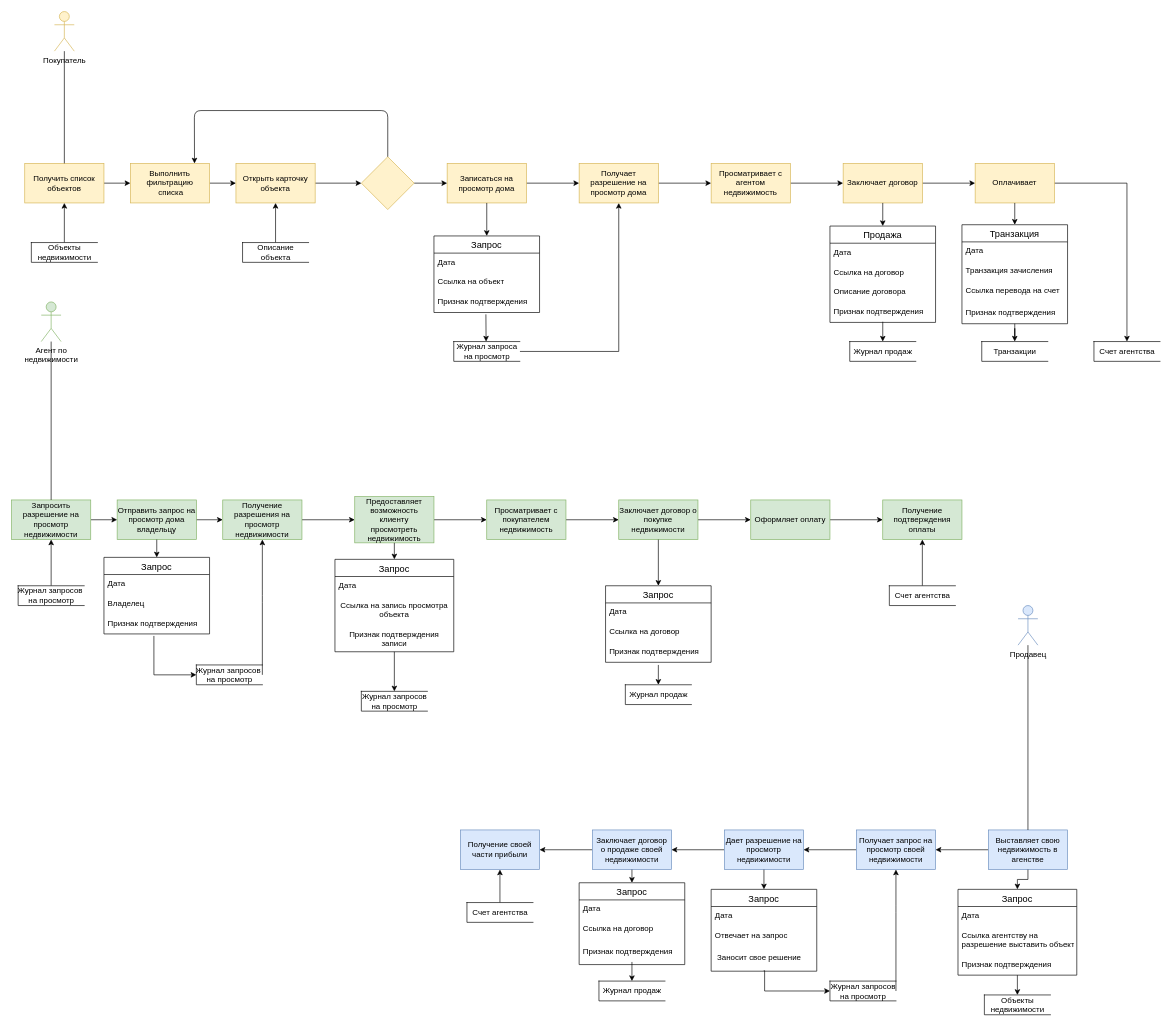
The draw.io diagram page "Page-1" (1 of 2) of Untitled Diagram.drawio in aleksey899/Boom21, before the edit. Source tidied: cells renumbered, new cells numbered last; positions are measured from the earlier drawing's top-left corner, leaving out a move shared by most shapes. Both pictures are drawn from the tidied source at 66%, with x=0, y=0 at pixel (11, 11).
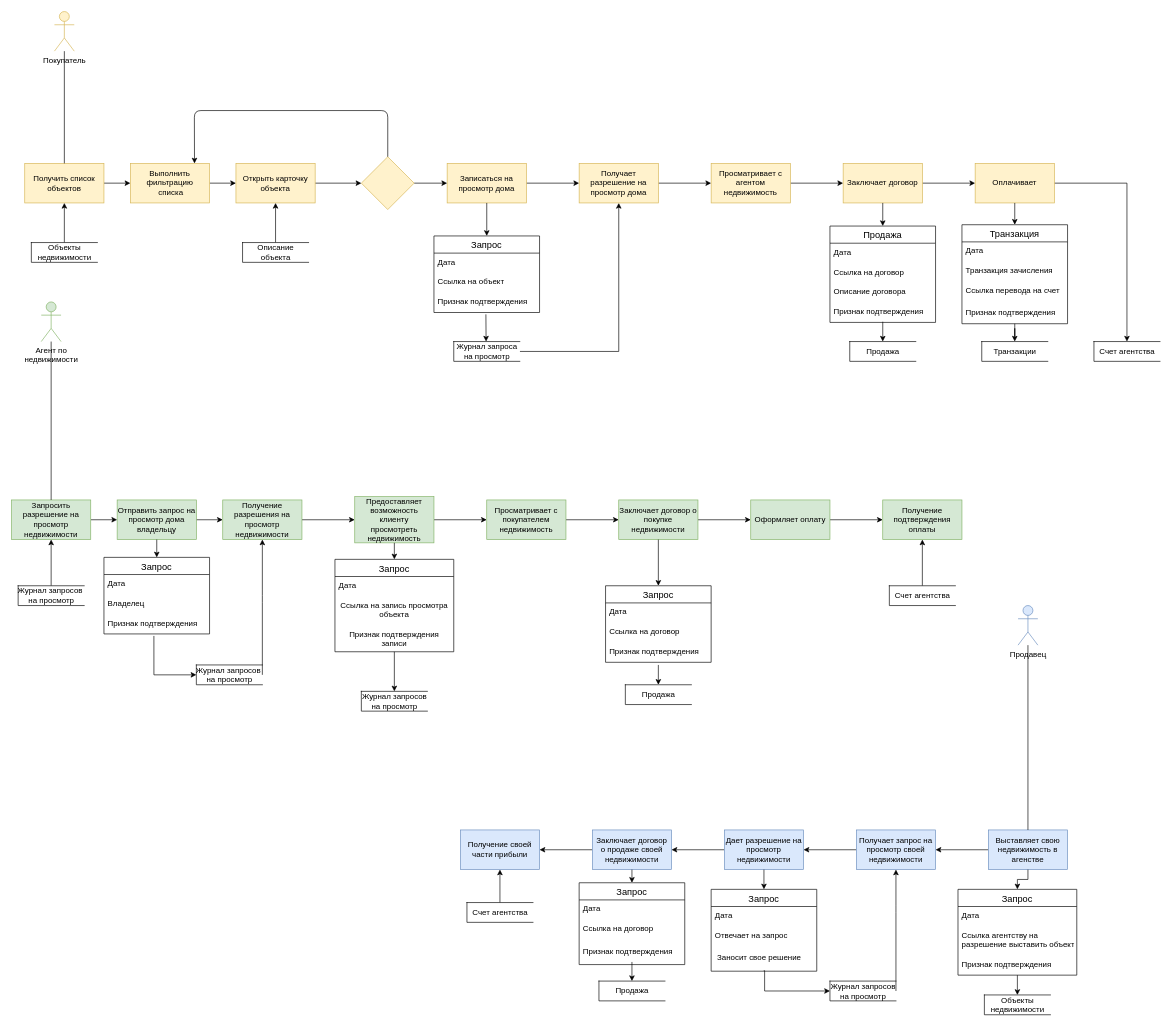
After the change.

The edit, as a diff of the source:
```diff
@@
-    <mxCell id="42" value="Журнал продаж" style="html=1;dashed=0;whitespace=wrap;shape=partialRectangle;right=0;" parent="1" vertex="1">
+    <mxCell id="42" value="Продажа&lt;br&gt;" style="html=1;dashed=0;whitespace=wrap;shape=partialRectangle;right=0;" parent="1" vertex="1">
       <mxGeometry x="890" y="1469" width="100" height="30" as="geometry" />
     </mxCell>
@@
-    <mxCell id="51" value="Журнал продаж" style="html=1;dashed=0;whitespace=wrap;shape=partialRectangle;right=0;" parent="1" vertex="1">
+    <mxCell id="51" value="Продажа&lt;br&gt;" style="html=1;dashed=0;whitespace=wrap;shape=partialRectangle;right=0;" parent="1" vertex="1">
       <mxGeometry x="1270" y="500" width="100" height="30" as="geometry" />
     </mxCell>
@@
-    <mxCell id="67" value="Журнал продаж" style="html=1;dashed=0;whitespace=wrap;shape=partialRectangle;right=0;" parent="1" vertex="1">
+    <mxCell id="67" value="Продажа&lt;br&gt;" style="html=1;dashed=0;whitespace=wrap;shape=partialRectangle;right=0;" parent="1" vertex="1">
       <mxGeometry x="930" y="1020" width="100" height="30" as="geometry" />
     </mxCell>
```
